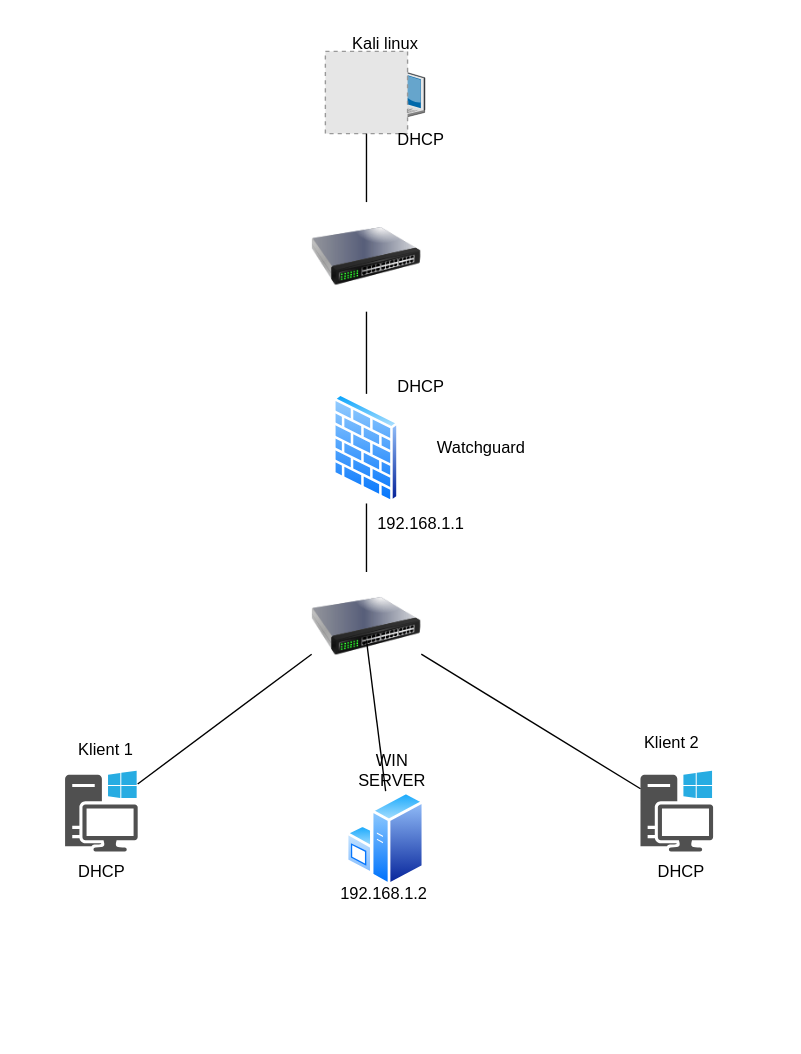
Above: Unavngivet diagram.drawio in CodyPhantom/Thecodyphantom (draw.io), before the change. Source tidied: cells renumbered, new cells numbered last; positions are measured from the earlier drawing's top-left corner, leaving out a move shared by most shapes. Both pictures are drawn from the tidied source at 137%, with x=0, y=0 at pixel (59, 23). Pictures stored in the file or linked from it are replaced by grey dashed boxes.
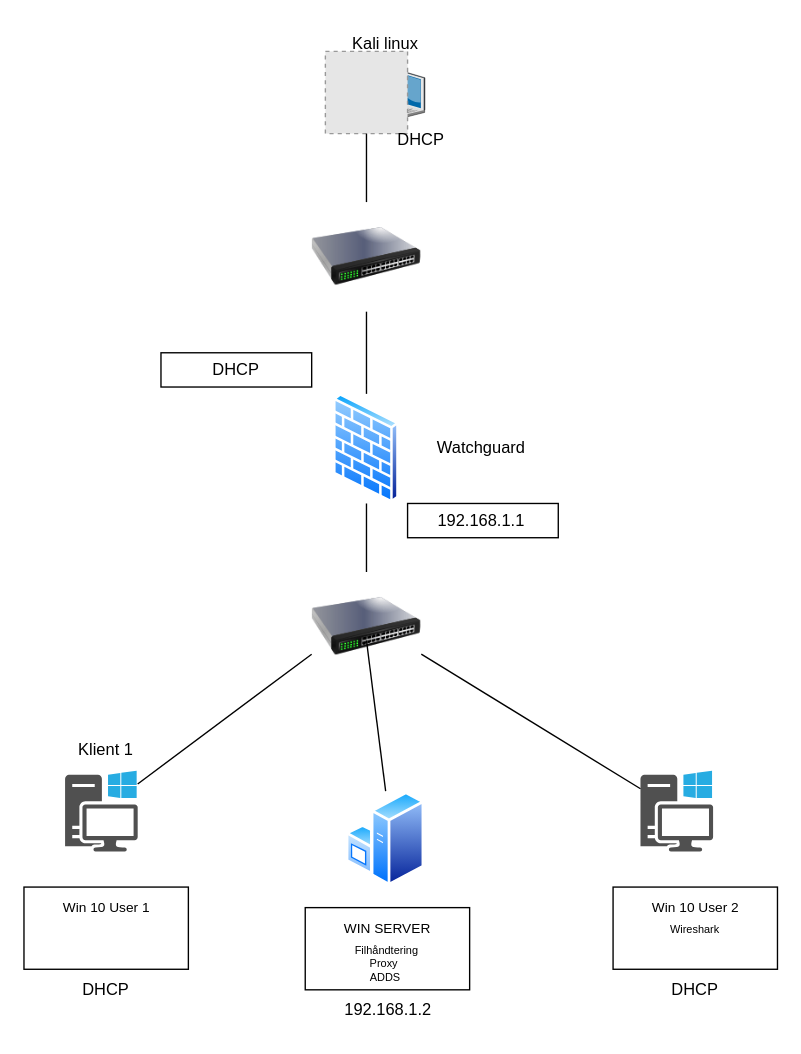
After the change.

What changed in the source:
```diff
@@
+    <mxCell id="27" style="rounded=0;whiteSpace=wrap;html=1;" parent="1" vertex="1">
+      <mxGeometry x="254" y="350" width="110" height="25" as="geometry" />
+    </mxCell>
+    <mxCell id="28" style="rounded=0;whiteSpace=wrap;html=1;" parent="1" vertex="1">
+      <mxGeometry x="179.3" y="645" width="120" height="60" as="geometry" />
+    </mxCell>
@@
-    <mxCell id="16" value="WIN SERVER" style="text;html=1;strokeColor=none;fillColor=none;align=center;verticalAlign=middle;whiteSpace=wrap;rounded=0;" parent="1" vertex="1">
-      <mxGeometry x="213.1" y="530" width="60" height="30" as="geometry" />
+    <mxCell id="16" value="&lt;font style=&quot;font-size: 10px;&quot;&gt;WIN SERVER&lt;/font&gt;" style="text;html=1;strokeColor=none;fillColor=none;align=center;verticalAlign=middle;whiteSpace=wrap;rounded=0;" parent="1" vertex="1">
+      <mxGeometry x="191.9" y="645" width="94.7" height="30" as="geometry" />
     </mxCell>
@@
-    <mxCell id="18" value="Klient 2" style="text;html=1;strokeColor=none;fillColor=none;align=center;verticalAlign=middle;whiteSpace=wrap;rounded=0;" parent="1" vertex="1">
-      <mxGeometry x="417" y="510" width="60" height="30" as="geometry" />
-    </mxCell>
@@
     <mxCell id="21" value="DHCP" style="text;html=1;strokeColor=none;fillColor=none;align=center;verticalAlign=middle;whiteSpace=wrap;rounded=0;" parent="1" vertex="1">
-      <mxGeometry x="0.5" y="604" width="60" height="30" as="geometry" />
+      <mxGeometry x="4" y="690" width="60" height="30" as="geometry" />
     </mxCell>
     <mxCell id="22" value="DHCP" style="text;html=1;strokeColor=none;fillColor=none;align=center;verticalAlign=middle;whiteSpace=wrap;rounded=0;" parent="1" vertex="1">
-      <mxGeometry x="424" y="604" width="60" height="30" as="geometry" />
+      <mxGeometry x="434" y="690" width="60" height="30" as="geometry" />
     </mxCell>
@@
     <mxCell id="24" value="192.168.1.2" style="text;html=1;strokeColor=none;fillColor=none;align=center;verticalAlign=middle;whiteSpace=wrap;rounded=0;" parent="1" vertex="1">
-      <mxGeometry x="206.7" y="620" width="60" height="30" as="geometry" />
+      <mxGeometry x="209.9" y="705" width="60" height="30" as="geometry" />
     </mxCell>
     <mxCell id="25" value="192.168.1.1" style="text;html=1;strokeColor=none;fillColor=none;align=center;verticalAlign=middle;whiteSpace=wrap;rounded=0;" parent="1" vertex="1">
-      <mxGeometry x="234" y="350" width="60" height="30" as="geometry" />
+      <mxGeometry x="278" y="347.5" width="60" height="30" as="geometry" />
     </mxCell>
+    <mxCell id="29" value="&lt;font style=&quot;font-size: 8px;&quot;&gt;Filhåndtering&lt;/font&gt;" style="text;html=1;strokeColor=none;fillColor=none;align=center;verticalAlign=middle;whiteSpace=wrap;rounded=0;" parent="1" vertex="1">
+      <mxGeometry x="209.3" y="660" width="60" height="30" as="geometry" />
+    </mxCell>
+    <mxCell id="30" value="&lt;span style=&quot;font-size: 8px;&quot;&gt;Proxy&lt;/span&gt;" style="text;html=1;strokeColor=none;fillColor=none;align=center;verticalAlign=middle;whiteSpace=wrap;rounded=0;" parent="1" vertex="1">
+      <mxGeometry x="206.7" y="670" width="60" height="30" as="geometry" />
+    </mxCell>
+    <mxCell id="31" value="&lt;span style=&quot;font-size: 8px;&quot;&gt;ADDS&lt;/span&gt;" style="text;html=1;strokeColor=none;fillColor=none;align=center;verticalAlign=middle;whiteSpace=wrap;rounded=0;" parent="1" vertex="1">
+      <mxGeometry x="208" y="680" width="60" height="30" as="geometry" />
+    </mxCell>
+    <mxCell id="32" style="rounded=0;whiteSpace=wrap;html=1;" parent="1" vertex="1">
+      <mxGeometry x="404" y="630" width="120" height="60" as="geometry" />
+    </mxCell>
+    <mxCell id="33" value="&lt;span style=&quot;font-size: 10px;&quot;&gt;Win 10 User 2&lt;/span&gt;" style="text;html=1;strokeColor=none;fillColor=none;align=center;verticalAlign=middle;whiteSpace=wrap;rounded=0;" parent="1" vertex="1">
+      <mxGeometry x="416.6" y="630" width="94.7" height="30" as="geometry" />
+    </mxCell>
+    <mxCell id="34" value="&lt;span style=&quot;font-size: 8px;&quot;&gt;Wireshark&lt;/span&gt;" style="text;html=1;strokeColor=none;fillColor=none;align=center;verticalAlign=middle;whiteSpace=wrap;rounded=0;" parent="1" vertex="1">
+      <mxGeometry x="434" y="645" width="60" height="30" as="geometry" />
+    </mxCell>
+    <mxCell id="35" style="rounded=0;whiteSpace=wrap;html=1;" parent="1" vertex="1">
+      <mxGeometry x="-26" y="630" width="120" height="60" as="geometry" />
+    </mxCell>
+    <mxCell id="36" value="&lt;span style=&quot;font-size: 10px;&quot;&gt;Win 10 User 1&lt;/span&gt;" style="text;html=1;strokeColor=none;fillColor=none;align=center;verticalAlign=middle;whiteSpace=wrap;rounded=0;" parent="1" vertex="1">
+      <mxGeometry x="-13.3" y="630" width="94.7" height="30" as="geometry" />
+    </mxCell>
+    <mxCell id="37" style="rounded=0;whiteSpace=wrap;html=1;" parent="1" vertex="1">
+      <mxGeometry x="74" y="240" width="110" height="25" as="geometry" />
+    </mxCell>
     <mxCell id="26" value="DHCP" style="text;html=1;strokeColor=none;fillColor=none;align=center;verticalAlign=middle;whiteSpace=wrap;rounded=0;" parent="1" vertex="1">
-      <mxGeometry x="234" y="250" width="60" height="30" as="geometry" />
+      <mxGeometry x="99" y="237.5" width="60" height="30" as="geometry" />
     </mxCell>
```
